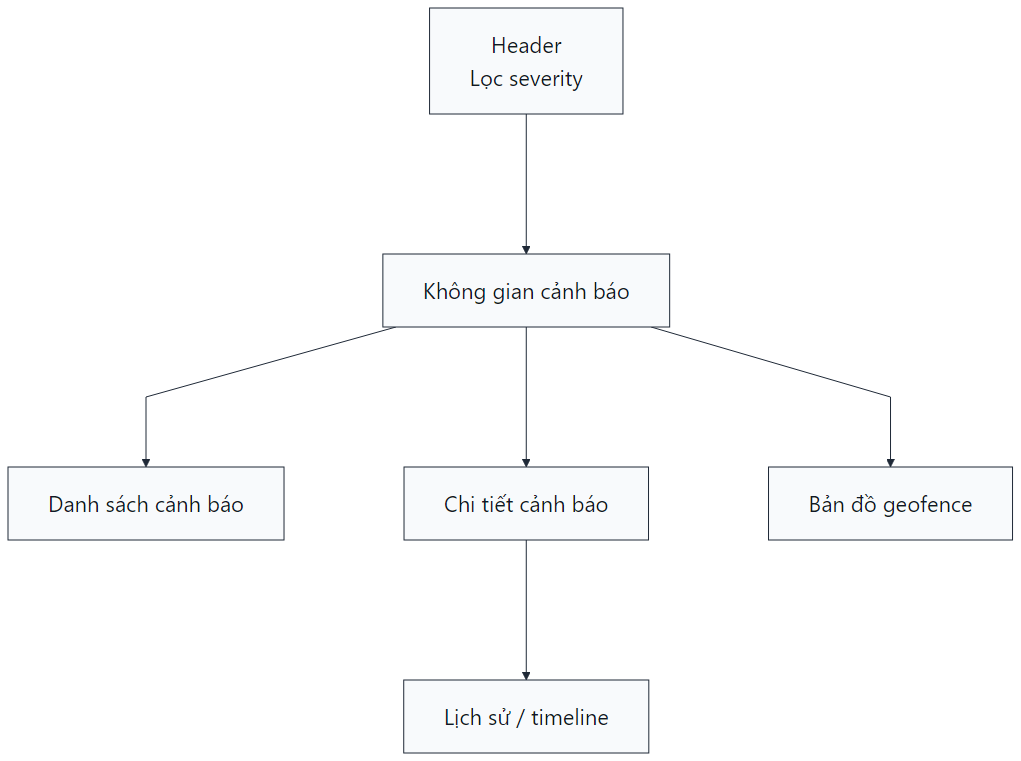
Above: resources/reports/thesis/final/assets/figures/09-chuong-4-trien-khai-cloud-hinh-4-23.png in anmh1205/IoT_Vehicle_Tracking_System (Mermaid), before the change. Its source is kept beside it as resources/reports/thesis/final/assets/uml/09-chuong-4-trien-khai-cloud-hinh-4-23.mmd.
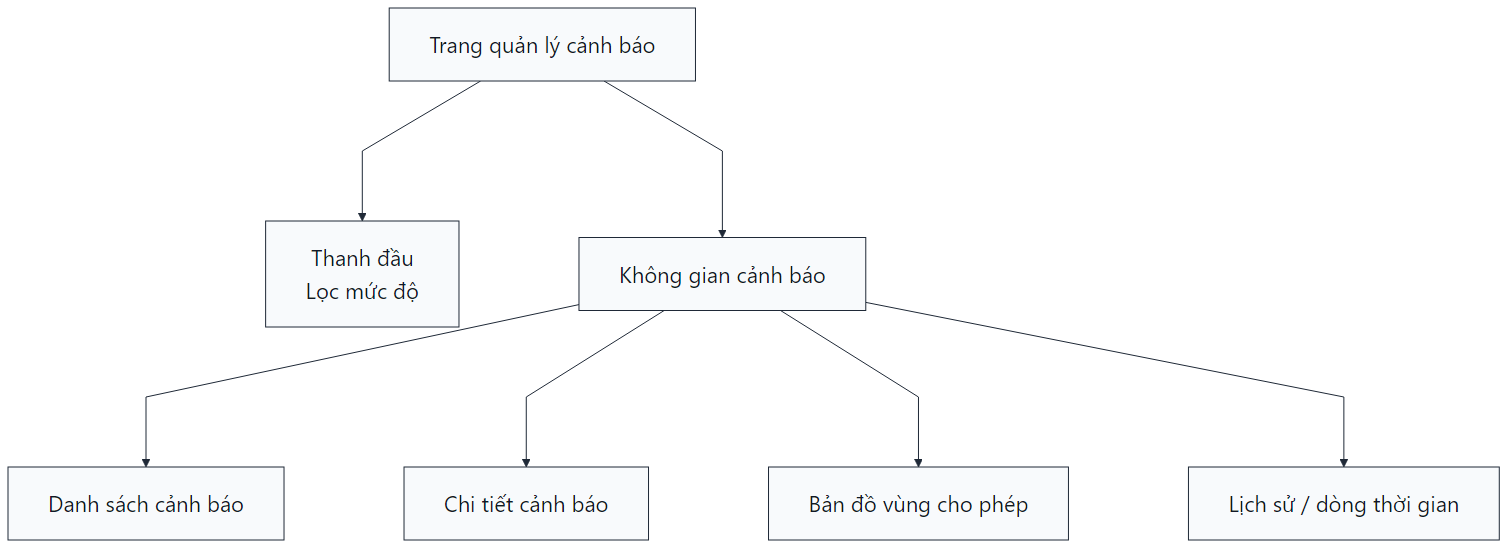
The same file after the commit.

Diff of the diagram source:
```diff
@@ -1,13 +1,15 @@
 flowchart TB
-    Header["Header<br/>Lọc severity"]
+    Screen["Trang quản lý cảnh báo"]
+    Header["Thanh đầu<br/>Lọc mức độ"]
     Workspace["Không gian cảnh báo"]
     AlertList["Danh sách cảnh báo"]
     Detail["Chi tiết cảnh báo"]
-    MapPanel["Bản đồ geofence"]
-    History["Lịch sử / timeline"]
+    MapPanel["Bản đồ vùng cho phép"]
+    History["Lịch sử / dòng thời gian"]
 
-    Header --> Workspace
+    Screen --> Header
+    Screen --> Workspace
     Workspace --> AlertList
     Workspace --> Detail
     Workspace --> MapPanel
-    Detail --> History
+    Workspace --> History
```
